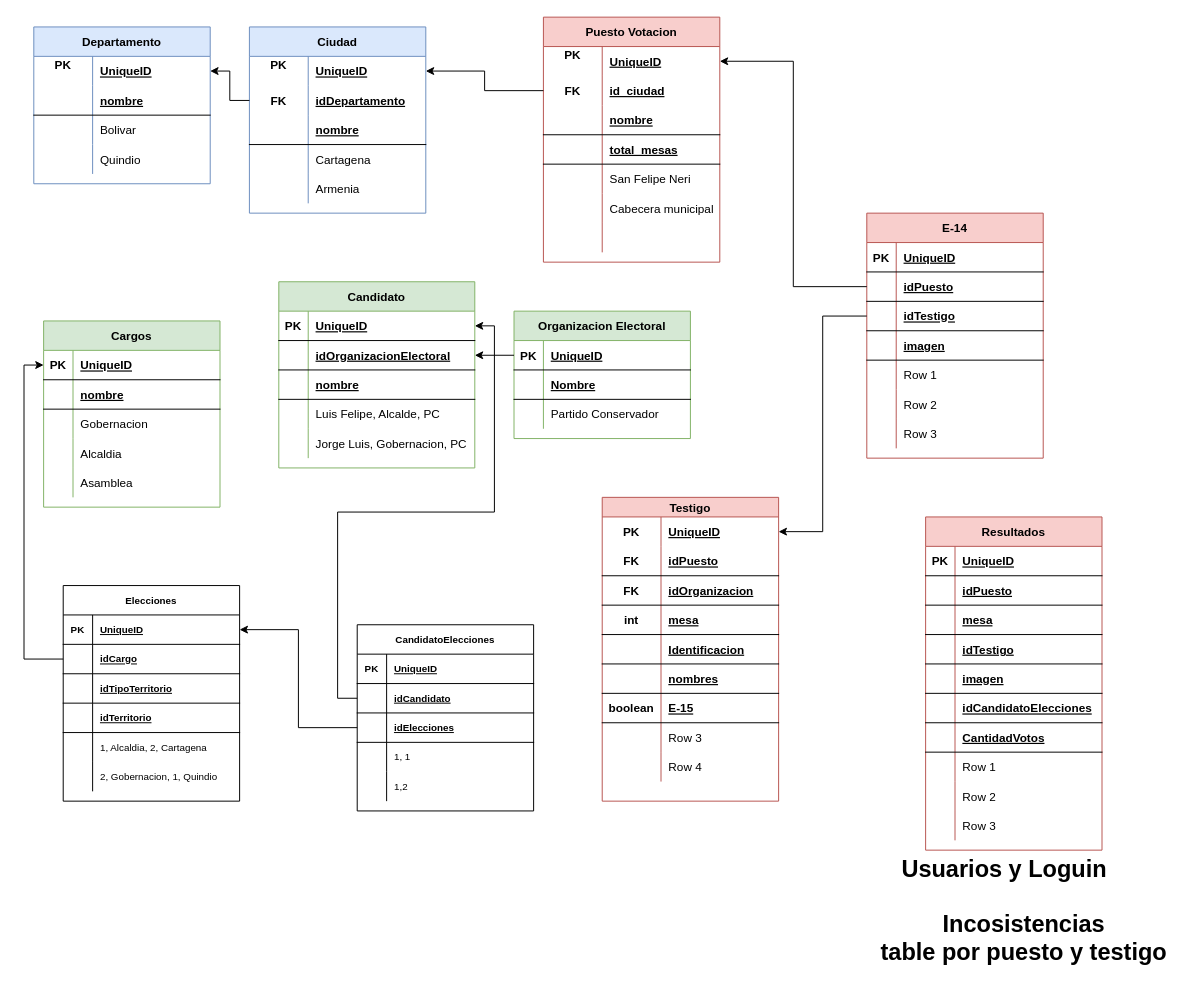
Earlier version of the draw.io diagram page "Modelo E-R" (1 of 2) of Testigos Electorales.drawio (jlchavarriaga/TestigosElectorales). Source tidied: cells renumbered, new cells numbered last; positions are measured from the earlier drawing's top-left corner, leaving out a move shared by most shapes. Both pictures are drawn from the tidied source at 98%, with x=0, y=0 at pixel (33, 17).
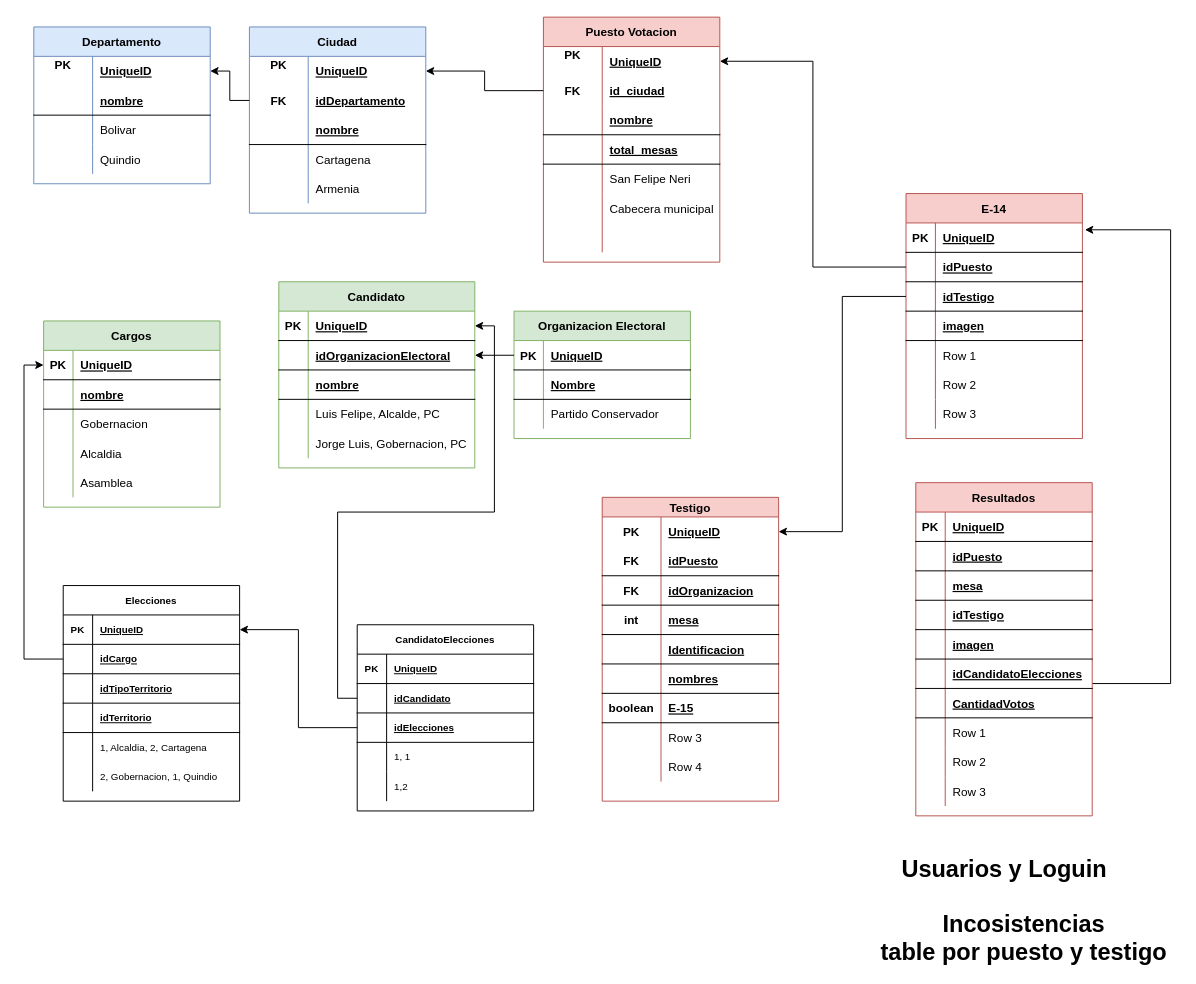
After the change.

Unchanged cells that the change refers to:
```xml
<mxCell id="66" style="shape=tableRow;horizontal=0;startSize=0;swimlaneHead=0;swimlaneBody=0;fillColor=none;points=[[0,0.5],[1,0.5]];portConstraint=eastwest;top=0;left=0;right=0;bottom=1;" parent="65" vertex="1">
  <mxGeometry y="30" width="180" height="30" as="geometry" />
</mxCell>
```

The edit, as a diff of the source:
```diff
@@
     <mxCell id="65" value="E-14" style="shape=table;startSize=30;childLayout=tableLayout;rowLines=0;fontStyle=1;align=center;fillColor=#f8cecc;strokeColor=#b85450;" parent="1" vertex="1">
-      <mxGeometry x="850" y="200" width="180" height="250" as="geometry" />
+      <mxGeometry x="890" y="180" width="180" height="250" as="geometry" />
     </mxCell>
@@
+    <mxCell id="222" style="edgeStyle=orthogonalEdgeStyle;rounded=0;jettySize=auto;html=1;entryX=1.014;entryY=0.233;entryDx=0;entryDy=0;entryPerimeter=0;fontSize=10;fontColor=#000000;" parent="1" edge="1" source="152" target="66">
+      <mxGeometry relative="1" as="geometry">
+        <Array as="points">
+          <mxPoint x="1160" y="680" />
+          <mxPoint x="1160" y="217" />
+        </Array>
+      </mxGeometry>
+    </mxCell>
     <mxCell id="152" value="Resultados" style="shape=table;startSize=30;childLayout=tableLayout;rowLines=0;fontStyle=1;align=center;fillColor=#f8cecc;strokeColor=#b85450;" parent="1" vertex="1">
-      <mxGeometry x="910" y="510" width="180" height="340" as="geometry" />
+      <mxGeometry x="900" y="475" width="180" height="340" as="geometry" />
     </mxCell>
```
